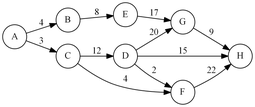
Before: [EDD]Proyecto_2/Rutas.png, a diagram exported from Graphviz (SevenPok/Proyecto_2_EDD). Its source is kept beside it as [EDD]Proyecto_2/Rutas.dot.
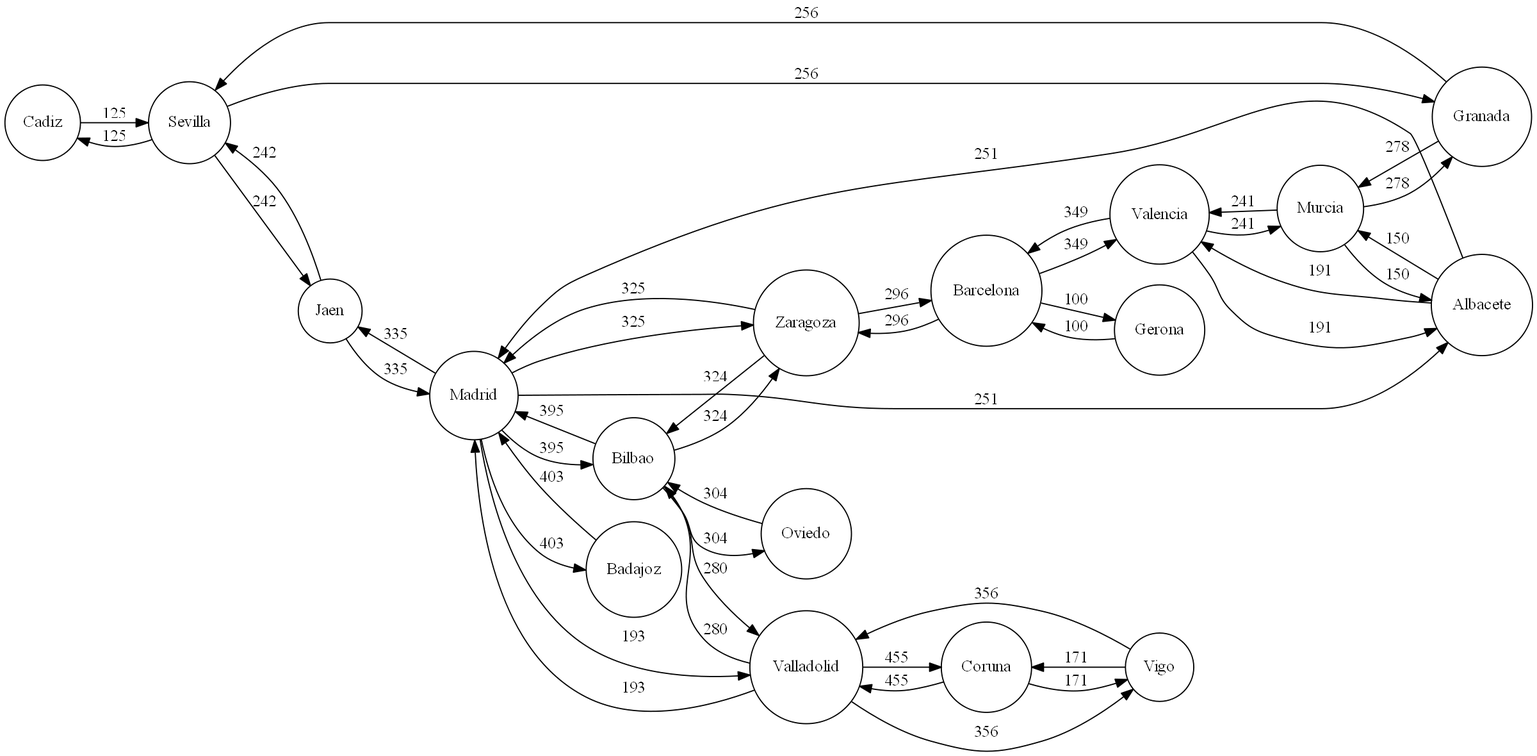
The same diagram one commit later.

What changed in the source:
```diff
@@ -3,25 +3,67 @@
 graph [ dpi = 300 ];
 rankdir=LR size="8,5"
 	node [shape=circle]
-"A"
-"A"->"B"[label="4"]
-"A"->"C"[label="3"]
-"B"
-"B"->"E"[label="8"]
-"E"
-"E"->"G"[label="17"]
-"C"
-"C"->"D"[label="12"]
-"C"->"F"[label="4"]
-"D"
-"D"->"F"[label="2"]
-"D"->"H"[label="15"]
-"D"->"G"[label="20"]
-"F"
-"F"->"H"[label="22"]
-"H"
-"G"
-"G"->"H"[label="9"]
+"Cadiz"
+"Cadiz"->"Sevilla"[label="125"]
+"Sevilla"
+"Sevilla"->"Cadiz"[label="125"]
+"Sevilla"->"Granada"[label="256"]
+"Sevilla"->"Jaen"[label="242"]
+"Granada"
+"Granada"->"Sevilla"[label="256"]
+"Granada"->"Murcia"[label="278"]
+"Jaen"
+"Jaen"->"Sevilla"[label="242"]
+"Jaen"->"Madrid"[label="335"]
+"Murcia"
+"Murcia"->"Granada"[label="278"]
+"Murcia"->"Valencia"[label="241"]
+"Murcia"->"Albacete"[label="150"]
+"Madrid"
+"Madrid"->"Jaen"[label="335"]
+"Madrid"->"Albacete"[label="251"]
+"Madrid"->"Zaragoza"[label="325"]
+"Madrid"->"Badajoz"[label="403"]
+"Madrid"->"Valladolid"[label="193"]
+"Madrid"->"Bilbao"[label="395"]
+"Valencia"
+"Valencia"->"Murcia"[label="241"]
+"Valencia"->"Albacete"[label="191"]
+"Valencia"->"Barcelona"[label="349"]
+"Albacete"
+"Albacete"->"Murcia"[label="150"]
+"Albacete"->"Valencia"[label="191"]
+"Albacete"->"Madrid"[label="251"]
+"Barcelona"
+"Barcelona"->"Valencia"[label="349"]
+"Barcelona"->"Gerona"[label="100"]
+"Barcelona"->"Zaragoza"[label="296"]
+"Gerona"
+"Gerona"->"Barcelona"[label="100"]
+"Zaragoza"
+"Zaragoza"->"Barcelona"[label="296"]
+"Zaragoza"->"Madrid"[label="325"]
+"Zaragoza"->"Bilbao"[label="324"]
+"Badajoz"
+"Badajoz"->"Madrid"[label="403"]
+"Valladolid"
+"Valladolid"->"Madrid"[label="193"]
+"Valladolid"->"Vigo"[label="356"]
+"Valladolid"->"Coruna"[label="455"]
+"Valladolid"->"Bilbao"[label="280"]
+"Vigo"
+"Vigo"->"Valladolid"[label="356"]
+"Vigo"->"Coruna"[label="171"]
+"Coruna"
+"Coruna"->"Valladolid"[label="455"]
+"Coruna"->"Vigo"[label="171"]
+"Bilbao"
+"Bilbao"->"Valladolid"[label="280"]
+"Bilbao"->"Madrid"[label="395"]
+"Bilbao"->"Zaragoza"[label="324"]
+"Bilbao"->"Oviedo"[label="304"]
+"Oviedo"
+"Oviedo"->"Bilbao"[label="304"]
 
 
 }
```
